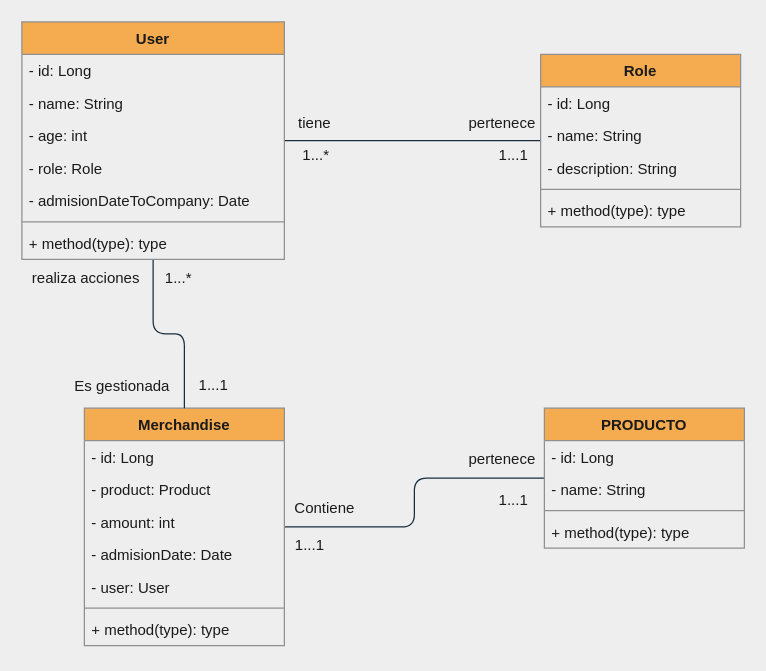
Above: page "Diagrama De Clases" (3 of 4) of nexos.drawio in elverarroyave/challange_nexos (draw.io), before the change. Source tidied: cells renumbered, new cells numbered last; positions are measured from the earlier drawing's top-left corner, leaving out a move shared by most shapes. Both pictures are drawn from the tidied source at 125%, with x=0, y=0 at pixel (21, 21).
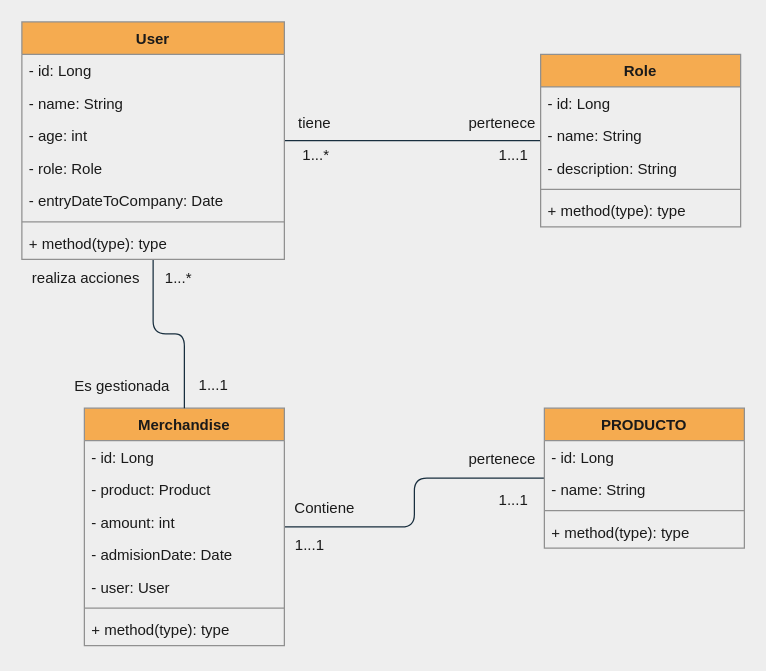
Above is the later version.

The change refers to these unchanged cells:
```xml
<mxCell id="13" value="User" style="swimlane;fontStyle=1;align=center;verticalAlign=top;horizontal=1;startSize=26;rounded=0;sketch=0;fillColor=#F5AB50;strokeColor=#909090;fontColor=#1A1A1A;" parent="1" vertex="1">
  <mxGeometry width="210" height="190" as="geometry" />
</mxCell>
```

Diff of the diagram source:
```diff
@@
-    <mxCell id="18" value="- admisionDateToCompany: Date&#10; " style="text;strokeColor=none;fillColor=none;align=left;verticalAlign=top;spacingLeft=4;spacingRight=4;overflow=hidden;fontColor=#1A1A1A;" parent="13" vertex="1">
+    <mxCell id="18" value="- entryDateToCompany: Date&#10; " style="text;strokeColor=none;fillColor=none;align=left;verticalAlign=top;spacingLeft=4;spacingRight=4;overflow=hidden;fontColor=#1A1A1A;" parent="13" vertex="1">
       <mxGeometry y="130" width="210" height="26" as="geometry" />
     </mxCell>
```
